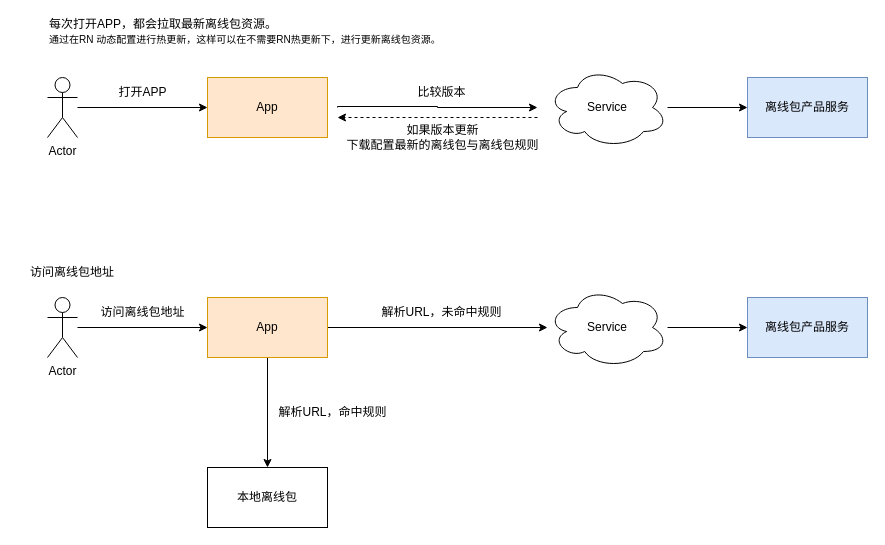
The draw.io diagram page "第 2 页" (2 of 8) of useVerify/未命名绘图.drawio in RexYao97/sfrex, before the edit. Source tidied: cells renumbered, new cells numbered last; positions are measured from the earlier drawing's top-left corner, leaving out a move shared by most shapes. Both pictures are drawn from the tidied source at 100%, with x=0, y=0 at pixel (17, 22).
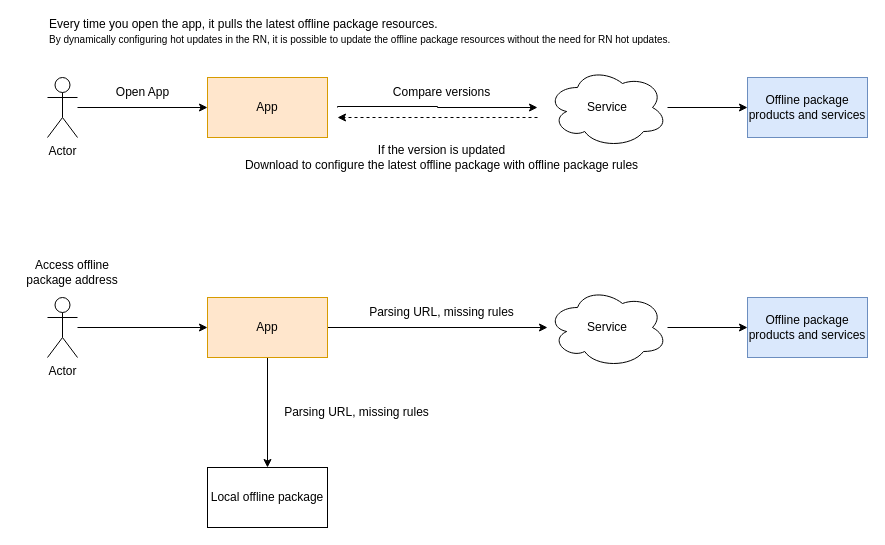
The same page after the edit.

What changed in the source:
```diff
@@
-    <mxCell id="6" value="打开APP" style="text;html=1;align=center;verticalAlign=middle;strokeColor=none;fillColor=none;" parent="1" vertex="1">
-      <mxGeometry x="90" y="55" width="70" height="30" as="geometry" />
+    <mxCell id="6" value="Open App" style="text;html=1;align=center;verticalAlign=middle;strokeColor=none;fillColor=none;" parent="1" vertex="1">
+      <mxGeometry x="85" y="55" width="80" height="30" as="geometry" />
     </mxCell>
@@
-    <mxCell id="9" value="比较版本" style="text;html=1;align=center;verticalAlign=middle;strokeColor=none;fillColor=none;" parent="1" vertex="1">
-      <mxGeometry x="389" y="55" width="70" height="30" as="geometry" />
+    <mxCell id="9" value="Compare versions" style="text;html=1;align=center;verticalAlign=middle;strokeColor=none;fillColor=none;" parent="1" vertex="1">
+      <mxGeometry x="364" y="55" width="120" height="30" as="geometry" />
     </mxCell>
@@
-    <mxCell id="11" value="如果版本更新&lt;br&gt;下载配置最新的离线包与离线包规则" style="text;html=1;align=center;verticalAlign=middle;strokeColor=none;fillColor=none;" parent="1" vertex="1">
-      <mxGeometry x="315" y="95" width="220" height="40" as="geometry" />
+    <mxCell id="11" value="If the version is updated&lt;br&gt;Download to configure the latest offline package with offline package rules" style="text;html=1;align=center;verticalAlign=middle;strokeColor=none;fillColor=none;" parent="1" vertex="1">
+      <mxGeometry x="214" y="115" width="420" height="40" as="geometry" />
     </mxCell>
@@
-    <mxCell id="17" value="访问离线包地址" style="text;html=1;align=center;verticalAlign=middle;strokeColor=none;fillColor=none;" parent="1" vertex="1">
-      <mxGeometry x="70" y="275" width="110" height="30" as="geometry" />
-    </mxCell>
-    <mxCell id="18" value="本地离线包" style="rounded=0;whiteSpace=wrap;html=1;" parent="1" vertex="1">
+    <mxCell id="18" value="Local offline package" style="rounded=0;whiteSpace=wrap;html=1;" parent="1" vertex="1">
       <mxGeometry x="190" y="445" width="120" height="60" as="geometry" />
     </mxCell>
-    <mxCell id="19" value="解析URL，命中规则" style="text;html=1;align=center;verticalAlign=middle;strokeColor=none;fillColor=none;" parent="1" vertex="1">
-      <mxGeometry x="250" y="375" width="130" height="30" as="geometry" />
+    <mxCell id="19" value="Parsing URL, missing rules" style="text;html=1;align=center;verticalAlign=middle;strokeColor=none;fillColor=none;" parent="1" vertex="1">
+      <mxGeometry x="254" y="375" width="170" height="30" as="geometry" />
     </mxCell>
@@
-    <mxCell id="22" value="解析URL，未命中规则" style="text;html=1;align=center;verticalAlign=middle;strokeColor=none;fillColor=none;" parent="1" vertex="1">
-      <mxGeometry x="354" y="275" width="140" height="30" as="geometry" />
+    <mxCell id="22" value="Parsing URL, missing rules" style="text;html=1;align=center;verticalAlign=middle;strokeColor=none;fillColor=none;" parent="1" vertex="1">
+      <mxGeometry x="339" y="275" width="170" height="30" as="geometry" />
     </mxCell>
-    <mxCell id="23" value="离线包产品服务" style="rounded=0;whiteSpace=wrap;html=1;fillColor=#dae8fc;strokeColor=#6c8ebf;" parent="1" vertex="1">
+    <mxCell id="23" value="Offline package products and services" style="rounded=0;whiteSpace=wrap;html=1;fillColor=#dae8fc;strokeColor=#6c8ebf;" parent="1" vertex="1">
       <mxGeometry x="730" y="275" width="120" height="60" as="geometry" />
     </mxCell>
-    <mxCell id="24" value="离线包产品服务" style="rounded=0;whiteSpace=wrap;html=1;fillColor=#dae8fc;strokeColor=#6c8ebf;" parent="1" vertex="1">
+    <mxCell id="24" value="Offline package products and services" style="rounded=0;whiteSpace=wrap;html=1;fillColor=#dae8fc;strokeColor=#6c8ebf;" parent="1" vertex="1">
       <mxGeometry x="730" y="55" width="120" height="60" as="geometry" />
     </mxCell>
-    <mxCell id="25" value="每次打开APP，都会拉取最新离线包资源。&lt;br&gt;&lt;font style=&quot;border-color: var(--border-color); font-size: 10px;&quot;&gt;通过在RN 动态配置进行热更新，这样可以在不需要RN热更新下，进行更新离线包资源。&lt;/font&gt;&lt;p style=&quot;border-color: var(--border-color);&quot;&gt;&lt;/p&gt;&lt;font style=&quot;border-color: var(--border-color);&quot; size=&quot;3&quot;&gt;&lt;/font&gt;" style="text;html=1;strokeColor=none;fillColor=none;align=left;verticalAlign=middle;whiteSpace=wrap;rounded=0;" parent="1" vertex="1">
-      <mxGeometry x="30" width="490" height="30" as="geometry" />
+    <mxCell id="25" value="Every time you open the app, it pulls the latest offline package resources. &lt;br&gt;&lt;font style=&quot;border-color: var(--border-color); font-size: 10px;&quot;&gt;By dynamically configuring hot updates in the RN, it is possible to update the offline package resources without the need for RN hot updates. &lt;/font&gt;&lt;p style=&quot;border-color: var(--border-color);&quot;&gt;&lt;/p&gt;&lt;font style=&quot;border-color: var(--border-color);&quot; size=&quot;3&quot;&gt;&lt;/font&gt;&lt;font style=&quot;border-color: var(--border-color);&quot; size=&quot;3&quot;&gt;&lt;/font&gt;" style="text;html=1;strokeColor=none;fillColor=none;align=left;verticalAlign=middle;whiteSpace=wrap;rounded=0;" parent="1" vertex="1">
+      <mxGeometry x="30" width="670" height="30" as="geometry" />
     </mxCell>
-    <mxCell id="26" value="访问离线包地址" style="text;html=1;strokeColor=none;fillColor=none;align=center;verticalAlign=middle;whiteSpace=wrap;rounded=0;" parent="1" vertex="1">
+    <mxCell id="26" value="Access offline package address" style="text;html=1;strokeColor=none;fillColor=none;align=center;verticalAlign=middle;whiteSpace=wrap;rounded=0;" parent="1" vertex="1">
       <mxGeometry y="235" width="110" height="30" as="geometry" />
     </mxCell>
```
